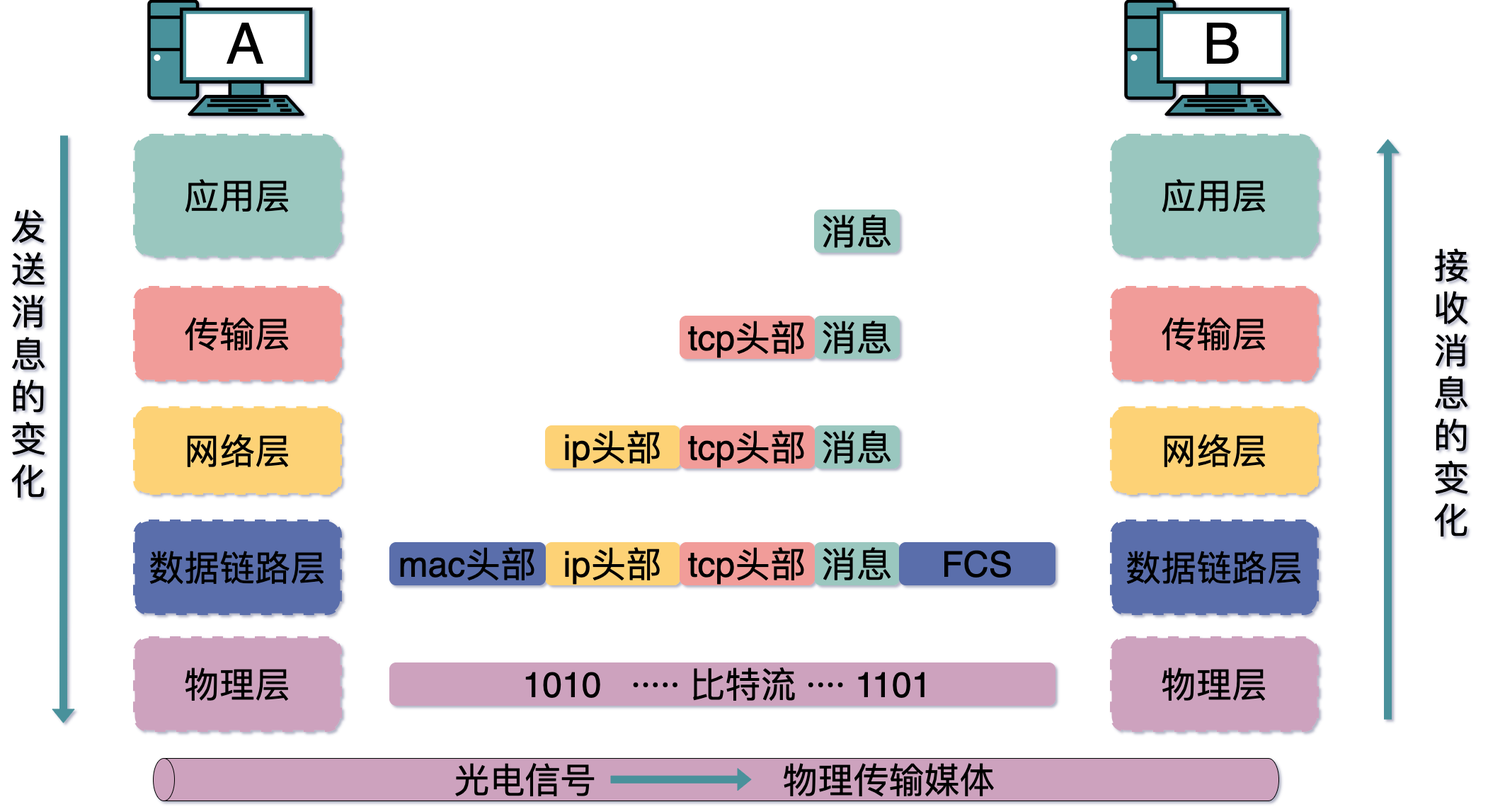
The draw.io diagram network/五层网络协议对应的消息体变化.png in xiaobaiTech/image, before a commit. Source tidied: cells renumbered, new cells last; positions are measured from the earlier drawing's top-left corner, leaving out a move shared by most shapes.
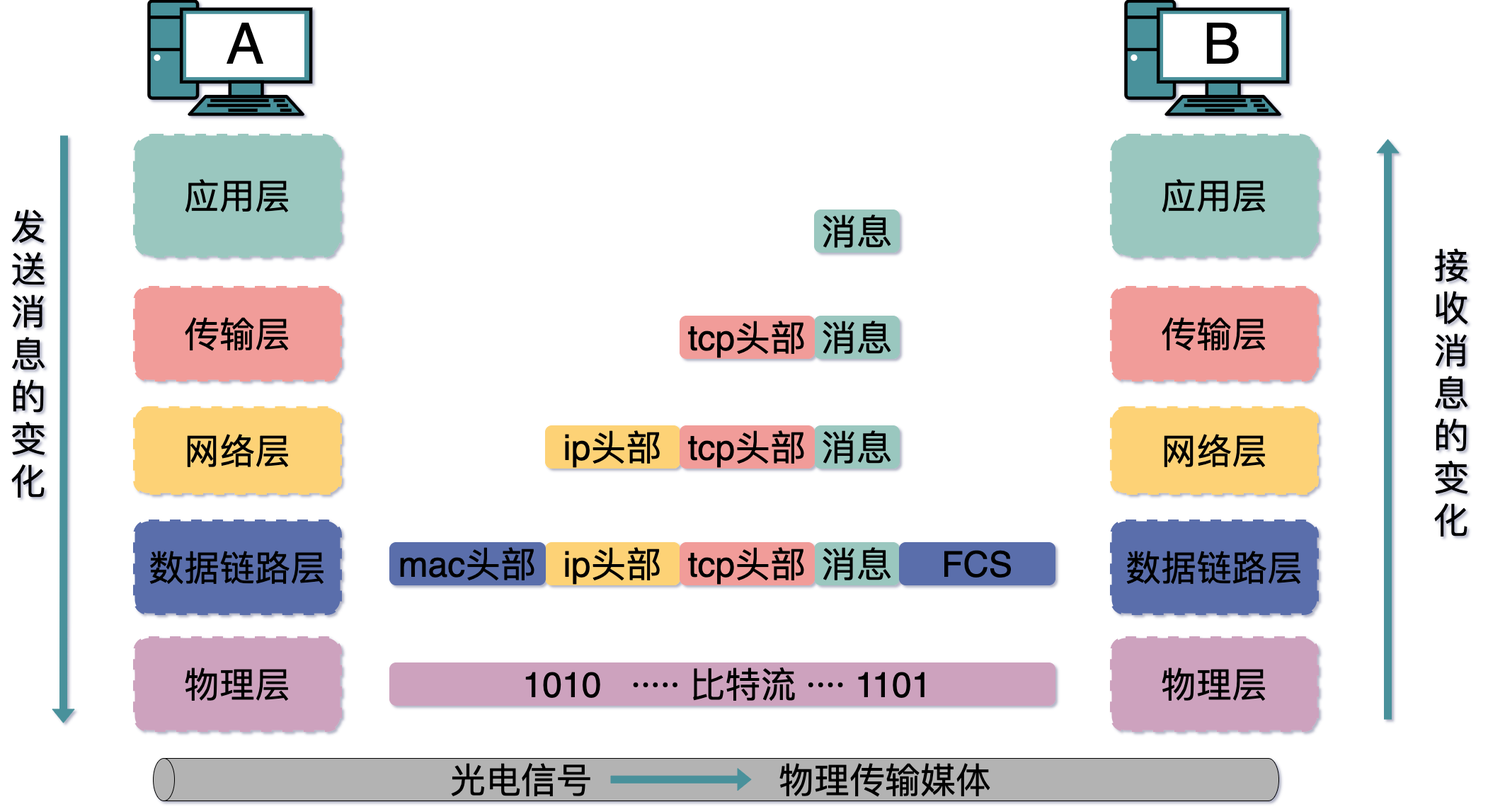
After the change.

Commit message:
Update 五层网络协议对应的消息体变化.png

What changed in the source:
```diff
@@ -92,7 +92,7 @@
     <mxCell id="30" value="&lt;font style=&quot;font-size: 80px&quot;&gt;B&lt;/font&gt;" style="text;html=1;strokeColor=none;fillColor=none;align=center;verticalAlign=middle;whiteSpace=wrap;rounded=0;" parent="1" vertex="1">
       <mxGeometry x="1696" y="50" width="60" height="20" as="geometry" />
     </mxCell>
-    <mxCell id="31" value="&lt;font style=&quot;font-size: 50px&quot;&gt;光电信号&amp;nbsp; &amp;nbsp; &amp;nbsp; &amp;nbsp; &amp;nbsp; &amp;nbsp; &amp;nbsp; &amp;nbsp; &amp;nbsp; &amp;nbsp;物理传输媒体&lt;/font&gt;" style="shape=cylinder3;whiteSpace=wrap;html=1;boundedLbl=1;backgroundOutline=1;size=15;fillColor=#CDA2BE;direction=north;" parent="1" vertex="1">
+    <mxCell id="31" value="&lt;font style=&quot;font-size: 50px&quot;&gt;光电信号&amp;nbsp; &amp;nbsp; &amp;nbsp; &amp;nbsp; &amp;nbsp; &amp;nbsp; &amp;nbsp; &amp;nbsp; &amp;nbsp; &amp;nbsp;物理传输媒体&lt;/font&gt;" style="shape=cylinder3;whiteSpace=wrap;html=1;boundedLbl=1;backgroundOutline=1;size=15;direction=north;fillColor=#B3B3B3;" parent="1" vertex="1">
       <mxGeometry x="216" y="1070" width="1590" height="60" as="geometry" />
     </mxCell>
     <mxCell id="32" style="shape=flexArrow;endArrow=classic;html=1;strokeColor=#4A919B;fillColor=#4A919B;" parent="1" edge="1">
```
